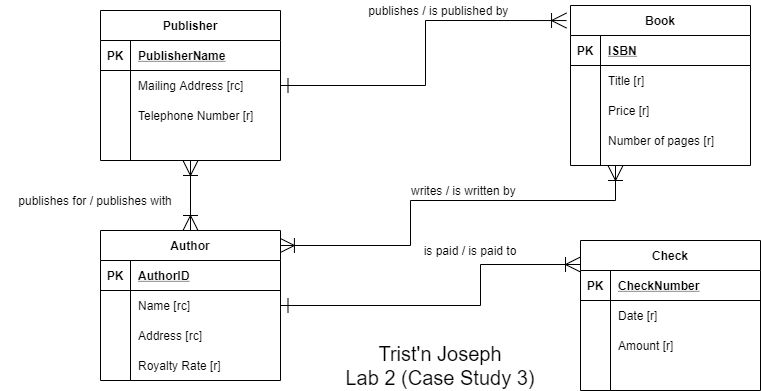
Above: Lab 2/Lab 02 - Conceptual Modeling (Case study 3).png in trisxcj1/SyracuseUniversity_IST659 (draw.io), before the change. Source tidied: cells renumbered, new cells last; positions are measured from the earlier drawing's top-left corner, leaving out a move shared by most shapes.
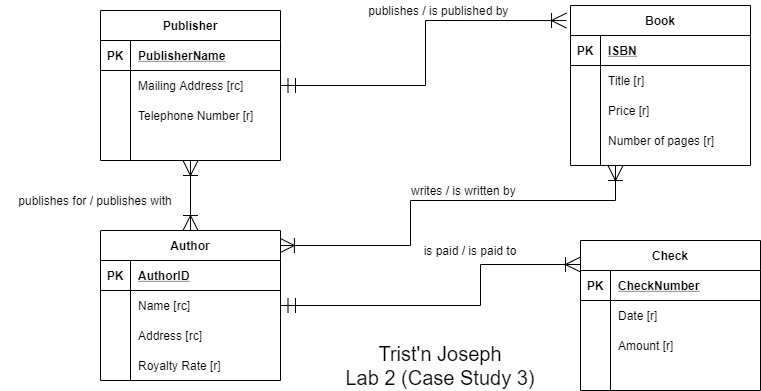
Later version of the same file.

Diff of the diagram source:
```diff
@@ -2,7 +2,7 @@
   <root>
     <mxCell id="0" />
     <mxCell id="1" parent="0" />
-    <mxCell id="2" style="edgeStyle=orthogonalEdgeStyle;rounded=0;jettySize=auto;html=1;entryX=-0.022;entryY=0.094;entryDx=0;entryDy=0;entryPerimeter=0;endArrow=ERoneToMany;endFill=0;endSize=13;startSize=13;startArrow=ERone;startFill=0;" parent="1" edge="1" source="3" target="16">
+    <mxCell id="2" style="edgeStyle=orthogonalEdgeStyle;rounded=0;jettySize=auto;html=1;entryX=-0.022;entryY=0.094;entryDx=0;entryDy=0;entryPerimeter=0;endArrow=ERoneToMany;endFill=0;endSize=13;startSize=13;startArrow=ERmandOne;startFill=0;" parent="1" edge="1" source="3" target="16">
       <mxGeometry relative="1" as="geometry" />
     </mxCell>
     <mxCell id="3" value="Publisher" style="shape=table;startSize=30;rowLines=0;fontStyle=1;align=center;" parent="1" vertex="1">
@@ -95,7 +95,7 @@
     <mxCell id="30" style="edgeStyle=orthogonalEdgeStyle;rounded=0;jettySize=auto;html=1;entryX=0.5;entryY=1;entryDx=0;entryDy=0;entryPerimeter=0;startArrow=ERoneToMany;startFill=0;startSize=13;endArrow=ERoneToMany;endFill=0;endSize=13;" parent="1" edge="1" source="32" target="13">
       <mxGeometry relative="1" as="geometry" />
     </mxCell>
-    <mxCell id="31" style="edgeStyle=orthogonalEdgeStyle;rounded=0;jettySize=auto;html=1;entryX=0;entryY=0.16;entryDx=0;entryDy=0;entryPerimeter=0;startArrow=ERone;startFill=0;startSize=13;endArrow=ERoneToMany;endFill=0;endSize=13;" parent="1" edge="1" source="32" target="45">
+    <mxCell id="31" style="edgeStyle=orthogonalEdgeStyle;rounded=0;jettySize=auto;html=1;entryX=0;entryY=0.16;entryDx=0;entryDy=0;entryPerimeter=0;startArrow=ERmandOne;startFill=0;startSize=13;endArrow=ERoneToMany;endFill=0;endSize=13;" parent="1" edge="1" source="32" target="45">
       <mxGeometry relative="1" as="geometry">
         <Array as="points">
           <mxPoint x="480" y="305" />
```
